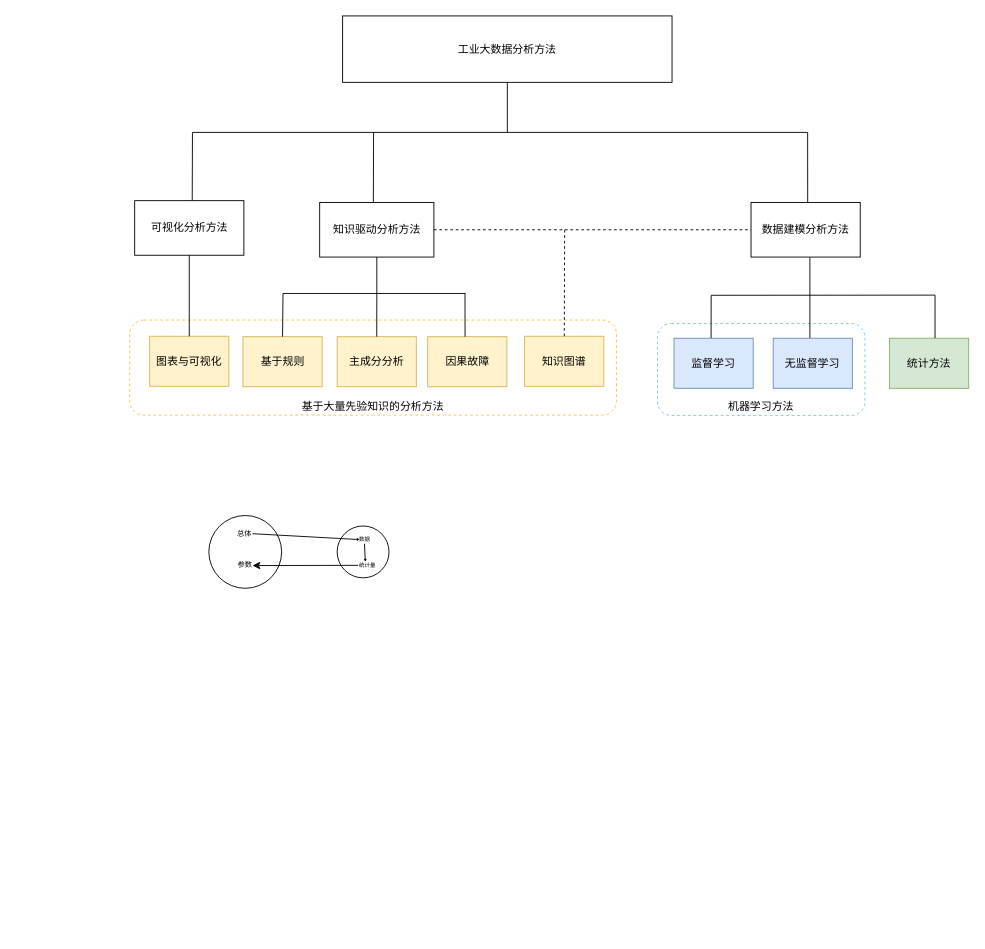
Earlier version of the draw.io diagram images/未命名绘图.drawio.xml (jkjam7/techniques). Source tidied: cells renumbered, new cells numbered last; positions are measured from the earlier drawing's top-left corner, leaving out a move shared by most shapes. Both pictures are drawn from the tidied source at 91%, with x=0, y=0 at pixel (129, 15).
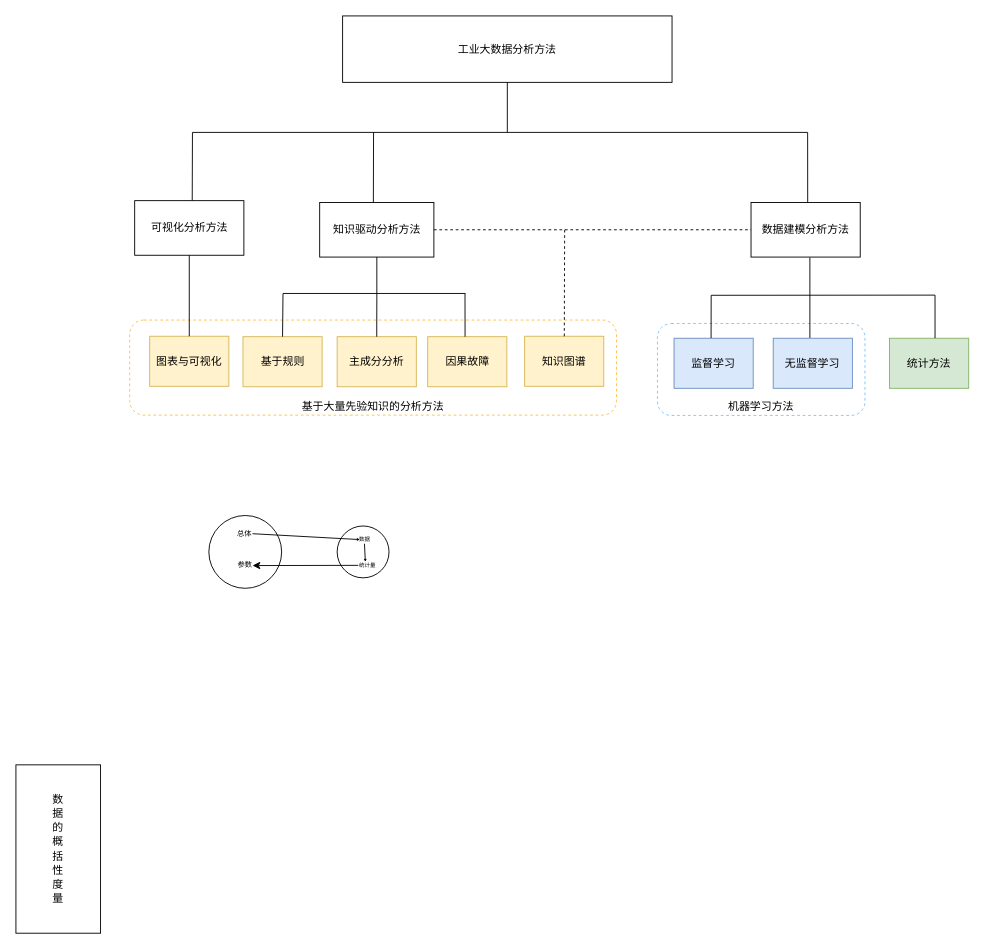
The same diagram, later.

Commit message:
更新未命名绘图.drawio.xml

What changed in the source:
```diff
@@
+    <mxCell id="41" value="&lt;p style=&quot;line-height: 30%;&quot;&gt;数&lt;/p&gt;&lt;p style=&quot;line-height: 30%;&quot;&gt;据&lt;/p&gt;&lt;p style=&quot;line-height: 30%;&quot;&gt;的&lt;/p&gt;&lt;p style=&quot;line-height: 30%;&quot;&gt;概&lt;/p&gt;&lt;p style=&quot;line-height: 30%;&quot;&gt;括&lt;/p&gt;&lt;p style=&quot;line-height: 30%;&quot;&gt;性&lt;/p&gt;&lt;p style=&quot;line-height: 30%;&quot;&gt;度&lt;/p&gt;&lt;p style=&quot;line-height: 30%;&quot;&gt;量&lt;/p&gt;" style="whiteSpace=wrap;html=1;" parent="1" vertex="1">
+      <mxGeometry x="-125" y="823" width="93" height="185" as="geometry" />
+    </mxCell>
```
